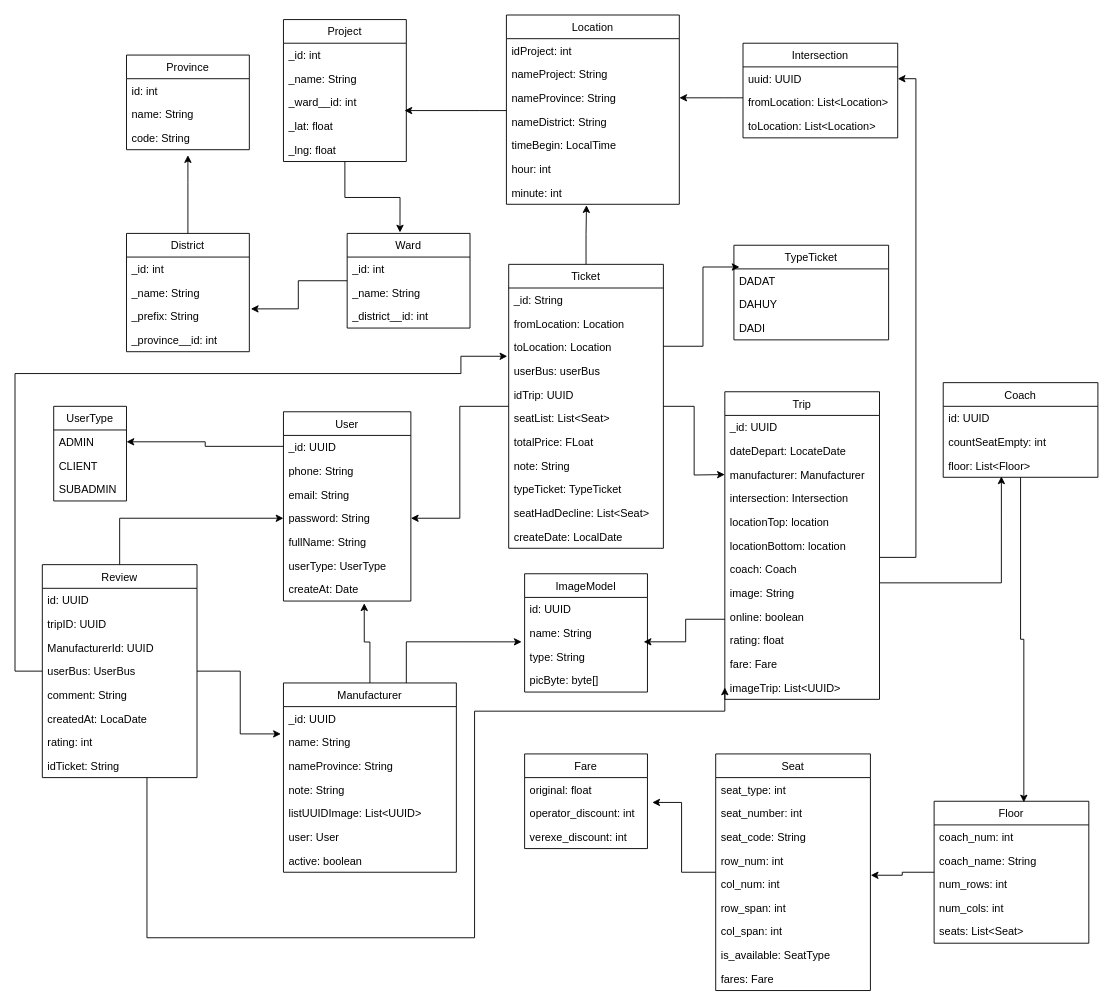
Earlier version of the draw.io diagram Untitled Diagram.drawio (quannguyen1999/manage-disks). Source tidied: cells renumbered, new cells numbered last; positions are measured from the earlier drawing's top-left corner, leaving out a move shared by most shapes. Both pictures are drawn from the tidied source at 91%, with x=0, y=0 at pixel (15, 15).
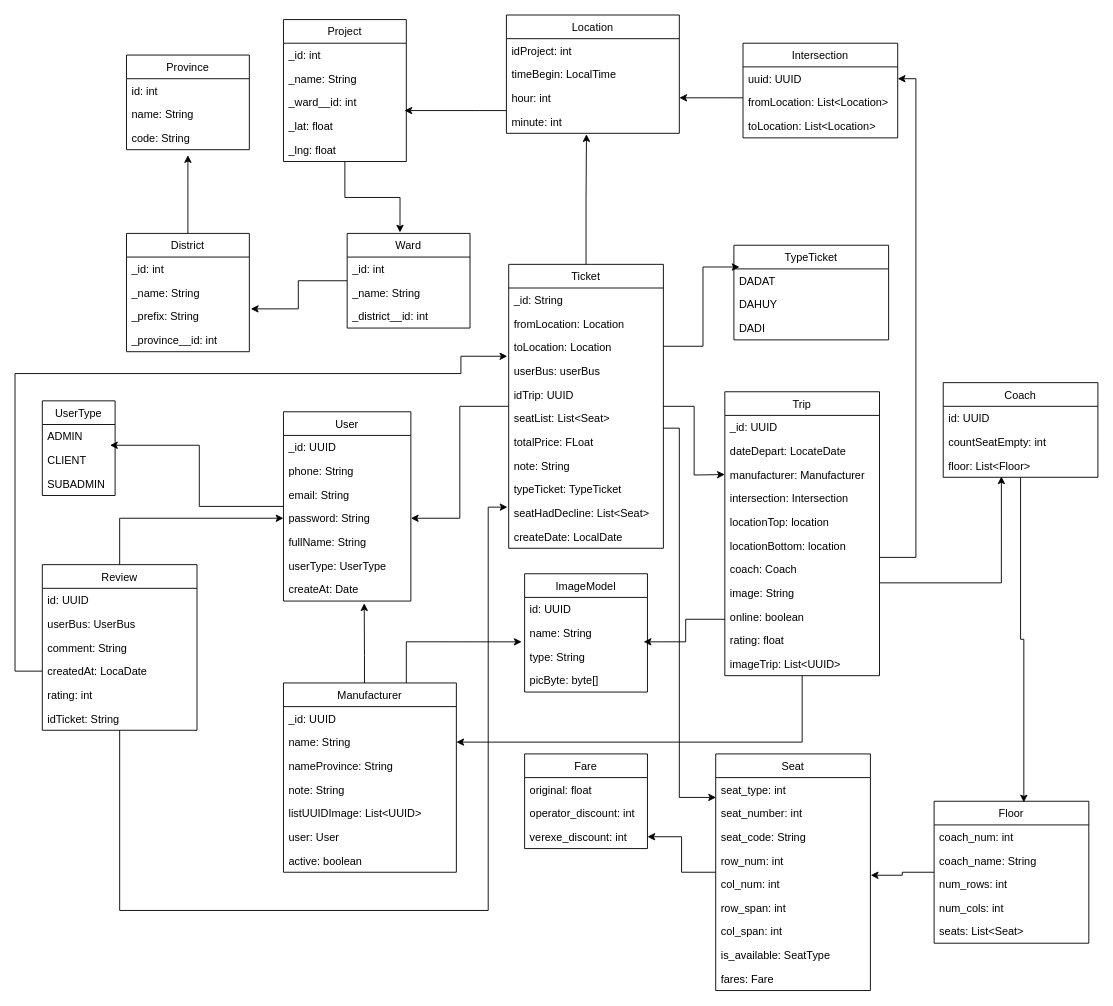
Above is the later version.

The change refers to these unchanged cells:
```xml
<mxCell id="3" value="ADMIN" style="text;strokeColor=none;fillColor=none;align=left;verticalAlign=top;spacingLeft=4;spacingRight=4;overflow=hidden;points=[[0,0.5],[1,0.5]];portConstraint=eastwest;" parent="2" vertex="1">
  <mxGeometry y="26" width="80" height="26" as="geometry" />
</mxCell>
<mxCell id="4" value="CLIENT" style="text;strokeColor=none;fillColor=none;align=left;verticalAlign=top;spacingLeft=4;spacingRight=4;overflow=hidden;points=[[0,0.5],[1,0.5]];portConstraint=eastwest;" parent="2" vertex="1">
  <mxGeometry y="52" width="80" height="26" as="geometry" />
</mxCell>
<mxCell id="7" value="User" style="swimlane;fontStyle=0;horizontal=1;startSize=26;fillColor=none;" parent="1" vertex="1">
  <mxGeometry x="295" y="436" width="140" height="208" as="geometry" />
</mxCell>
<mxCell id="14" value="createAt: Date" style="text;strokeColor=none;fillColor=none;align=left;verticalAlign=top;spacingLeft=4;spacingRight=4;overflow=hidden;points=[[0,0.5],[1,0.5]];portConstraint=eastwest;" parent="7" vertex="1">
  <mxGeometry y="182" width="140" height="26" as="geometry" />
</mxCell>
<mxCell id="44" value="Manufacturer" style="swimlane;fontStyle=0;horizontal=1;startSize=26;fillColor=none;" parent="1" vertex="1">
  <mxGeometry x="295" y="734" width="190" height="208" as="geometry" />
</mxCell>
<mxCell id="46" value="name: String" style="text;strokeColor=none;fillColor=none;align=left;verticalAlign=top;spacingLeft=4;spacingRight=4;overflow=hidden;points=[[0,0.5],[1,0.5]];portConstraint=eastwest;" parent="44" vertex="1">
  <mxGeometry y="52" width="190" height="26" as="geometry" />
</mxCell>
<mxCell id="62" value="Intersection" style="swimlane;fontStyle=0;horizontal=1;startSize=26;fillColor=none;" parent="1" vertex="1">
  <mxGeometry x="800" y="31" width="170" height="104" as="geometry" />
</mxCell>
<mxCell id="67" value="Seat" style="swimlane;fontStyle=0;horizontal=1;startSize=26;fillColor=none;" parent="1" vertex="1">
  <mxGeometry x="770" y="812" width="170" height="260" as="geometry" />
</mxCell>
<mxCell id="68" value="seat_type: int" style="text;strokeColor=none;fillColor=none;align=left;verticalAlign=top;spacingLeft=4;spacingRight=4;overflow=hidden;points=[[0,0.5],[1,0.5]];portConstraint=eastwest;" parent="67" vertex="1">
  <mxGeometry y="26" width="170" height="26" as="geometry" />
</mxCell>
<mxCell id="113" value="Ticket" style="swimlane;fontStyle=0;horizontal=1;startSize=26;fillColor=none;" parent="1" vertex="1">
  <mxGeometry x="542.5" y="274" width="170" height="312" as="geometry" />
</mxCell>
<mxCell id="123" value="seatHadDecline: List&lt;Seat&gt;" style="text;strokeColor=none;fillColor=none;align=left;verticalAlign=top;spacingLeft=4;spacingRight=4;overflow=hidden;points=[[0,0.5],[1,0.5]];portConstraint=eastwest;" parent="113" vertex="1">
  <mxGeometry y="260" width="170" height="26" as="geometry" />
</mxCell>
<mxCell id="140" value="operator_discount: int" style="text;strokeColor=none;fillColor=none;align=left;verticalAlign=top;spacingLeft=4;spacingRight=4;overflow=hidden;points=[[0,0.5],[1,0.5]];portConstraint=eastwest;" parent="138" vertex="1">
  <mxGeometry y="52" width="135" height="26" as="geometry" />
</mxCell>
<mxCell id="141" value="verexe_discount: int" style="text;strokeColor=none;fillColor=none;align=left;verticalAlign=top;spacingLeft=4;spacingRight=4;overflow=hidden;points=[[0,0.5],[1,0.5]];portConstraint=eastwest;" parent="138" vertex="1">
  <mxGeometry y="78" width="135" height="26" as="geometry" />
</mxCell>
```

Change to the diagram source:
```diff
@@
     <mxCell id="2" value="UserType" style="swimlane;fontStyle=0;horizontal=1;startSize=26;fillColor=none;" parent="1" vertex="1">
-      <mxGeometry x="42.5" y="430" width="80" height="104" as="geometry" />
+      <mxGeometry x="30" y="424" width="80" height="104" as="geometry" />
     </mxCell>
@@
-    <mxCell id="6" style="edgeStyle=orthogonalEdgeStyle;rounded=0;jettySize=auto;html=1;entryX=1;entryY=0.5;entryDx=0;entryDy=0;" parent="1" edge="1" source="7" target="3">
-      <mxGeometry relative="1" as="geometry">
-        <Array as="points">
-          <mxPoint x="209" y="474" />
-          <mxPoint x="209" y="469" />
-        </Array>
-      </mxGeometry>
-    </mxCell>
+    <mxCell id="142" style="edgeStyle=orthogonalEdgeStyle;rounded=0;jettySize=auto;html=1;entryX=0.93;entryY=-0.123;entryDx=0;entryDy=0;entryPerimeter=0;" parent="1" edge="1" source="7" target="4">
+      <mxGeometry relative="1" as="geometry" />
+    </mxCell>
@@
     <mxCell id="42" style="edgeStyle=orthogonalEdgeStyle;rounded=0;jettySize=auto;html=1;entryX=0.634;entryY=1.095;entryDx=0;entryDy=0;entryPerimeter=0;" parent="1" edge="1" source="44" target="14">
       <mxGeometry relative="1" as="geometry">
         <Array as="points">
-          <mxPoint x="390" y="689" />
-          <mxPoint x="384" y="689" />
+          <mxPoint x="384" y="704" />
+          <mxPoint x="384" y="704" />
         </Array>
       </mxGeometry>
     </mxCell>
@@
     <mxCell id="53" value="Location" style="swimlane;fontStyle=0;horizontal=1;startSize=26;fillColor=none;" parent="1" vertex="1">
-      <mxGeometry x="540" width="190" height="208" as="geometry" />
+      <mxGeometry x="540" width="190" height="130" as="geometry" />
     </mxCell>
-    <mxCell id="54" value="idProject: int" style="text;strokeColor=none;fillColor=none;align=left;verticalAlign=top;spacingLeft=4;spacingRight=4;overflow=hidden;" parent="53" vertex="1">
-      <mxGeometry y="26" width="190" height="26" as="geometry" />
-    </mxCell>
-    <mxCell id="55" value="nameProject: String" style="text;strokeColor=none;fillColor=none;align=left;verticalAlign=top;spacingLeft=4;spacingRight=4;overflow=hidden;" parent="53" vertex="1">
-      <mxGeometry y="52" width="190" height="26" as="geometry" />
+    <mxCell id="55" value="idProject: int" style="text;strokeColor=none;fillColor=none;align=left;verticalAlign=top;spacingLeft=4;spacingRight=4;overflow=hidden;" parent="53" vertex="1">
+      <mxGeometry y="26" width="190" height="26" as="geometry" />
     </mxCell>
-    <mxCell id="56" value="nameProvince: String" style="text;strokeColor=none;fillColor=none;align=left;verticalAlign=top;spacingLeft=4;spacingRight=4;overflow=hidden;points=[[0,0.5],[1,0.5]];portConstraint=eastwest;" parent="53" vertex="1">
-      <mxGeometry y="78" width="190" height="26" as="geometry" />
-    </mxCell>
-    <mxCell id="57" value="nameDistrict: String" style="text;strokeColor=none;fillColor=none;align=left;verticalAlign=top;spacingLeft=4;spacingRight=4;overflow=hidden;" parent="53" vertex="1">
-      <mxGeometry y="104" width="190" height="26" as="geometry" />
-    </mxCell>
     <mxCell id="58" value="timeBegin: LocalTime" style="text;strokeColor=none;fillColor=none;align=left;verticalAlign=top;spacingLeft=4;spacingRight=4;overflow=hidden;" parent="53" vertex="1">
-      <mxGeometry y="130" width="190" height="26" as="geometry" />
+      <mxGeometry y="52" width="190" height="26" as="geometry" />
     </mxCell>
     <mxCell id="59" value="hour: int" style="text;strokeColor=none;fillColor=none;align=left;verticalAlign=top;spacingLeft=4;spacingRight=4;overflow=hidden;" parent="53" vertex="1">
-      <mxGeometry y="156" width="190" height="26" as="geometry" />
+      <mxGeometry y="78" width="190" height="26" as="geometry" />
     </mxCell>
     <mxCell id="60" value="minute: int" style="text;strokeColor=none;fillColor=none;align=left;verticalAlign=top;spacingLeft=4;spacingRight=4;overflow=hidden;points=[[0,0.5],[1,0.5]];portConstraint=eastwest;" parent="53" vertex="1">
-      <mxGeometry y="182" width="190" height="26" as="geometry" />
+      <mxGeometry y="104" width="190" height="26" as="geometry" />
     </mxCell>
-    <mxCell id="61" style="edgeStyle=orthogonalEdgeStyle;rounded=0;jettySize=auto;html=1;entryX=1;entryY=0.5;entryDx=0;entryDy=0;" parent="1" edge="1" source="62" target="56">
+    <mxCell id="61" style="edgeStyle=orthogonalEdgeStyle;rounded=0;jettySize=auto;html=1;entryX=1;entryY=0.5;entryDx=0;entryDy=0;" parent="1" edge="1" source="62">
       <mxGeometry relative="1" as="geometry">
+        <mxPoint x="730" y="91" as="targetPoint" />
         <Array as="points">
           <mxPoint x="780" y="91" />
           <mxPoint x="780" y="91" />
         </Array>
       </mxGeometry>
     </mxCell>
@@
-    <mxCell id="66" style="edgeStyle=orthogonalEdgeStyle;rounded=0;jettySize=auto;html=1;entryX=1.039;entryY=0.05;entryDx=0;entryDy=0;entryPerimeter=0;" parent="1" edge="1" source="67" target="140">
+    <mxCell id="66" style="edgeStyle=orthogonalEdgeStyle;rounded=0;jettySize=auto;html=1;entryX=1;entryY=0.5;entryDx=0;entryDy=0;" parent="1" edge="1" source="67" target="141">
       <mxGeometry relative="1" as="geometry" />
     </mxCell>
@@
+    <mxCell id="143" style="edgeStyle=orthogonalEdgeStyle;rounded=0;jettySize=auto;html=1;entryX=1;entryY=0.5;entryDx=0;entryDy=0;" parent="1" edge="1" source="87" target="46">
+      <mxGeometry relative="1" as="geometry" />
+    </mxCell>
     <mxCell id="87" value="Trip" style="swimlane;fontStyle=0;horizontal=1;startSize=26;fillColor=none;" parent="1" vertex="1">
-      <mxGeometry x="780" y="414" width="170" height="338" as="geometry" />
+      <mxGeometry x="780" y="414" width="170" height="312" as="geometry" />
     </mxCell>
@@
-    <mxCell id="98" value="fare: Fare" style="text;strokeColor=none;fillColor=none;align=left;verticalAlign=top;spacingLeft=4;spacingRight=4;overflow=hidden;" parent="87" vertex="1">
-      <mxGeometry y="286" width="170" height="26" as="geometry" />
-    </mxCell>
     <mxCell id="99" value="imageTrip: List&lt;UUID&gt;" style="text;strokeColor=none;fillColor=none;align=left;verticalAlign=top;spacingLeft=4;spacingRight=4;overflow=hidden;points=[[0,0.5],[1,0.5]];portConstraint=eastwest;" parent="87" vertex="1">
-      <mxGeometry y="312" width="170" height="26" as="geometry" />
+      <mxGeometry y="286" width="170" height="26" as="geometry" />
     </mxCell>
@@
+    <mxCell id="144" style="edgeStyle=orthogonalEdgeStyle;rounded=0;jettySize=auto;html=1;entryX=0.002;entryY=0.838;entryDx=0;entryDy=0;entryPerimeter=0;" parent="1" edge="1" source="113" target="68">
+      <mxGeometry relative="1" as="geometry">
+        <Array as="points">
+          <mxPoint x="730" y="454" />
+          <mxPoint x="730" y="860" />
+        </Array>
+      </mxGeometry>
+    </mxCell>
@@
-    <mxCell id="126" style="edgeStyle=orthogonalEdgeStyle;rounded=0;jettySize=auto;html=1;entryX=-0.015;entryY=0.154;entryDx=0;entryDy=0;entryPerimeter=0;" parent="1" edge="1" source="129" target="46">
-      <mxGeometry relative="1" as="geometry" />
-    </mxCell>
-    <mxCell id="127" style="edgeStyle=orthogonalEdgeStyle;rounded=0;jettySize=auto;html=1;entryX=0;entryY=0.5;entryDx=0;entryDy=0;" parent="1" edge="1" source="129" target="99">
-      <mxGeometry relative="1" as="geometry">
-        <Array as="points">
-          <mxPoint x="145" y="1014" />
-          <mxPoint x="505" y="1014" />
-          <mxPoint x="505" y="765" />
-        </Array>
-      </mxGeometry>
-    </mxCell>
@@
+    <mxCell id="145" style="edgeStyle=orthogonalEdgeStyle;rounded=0;jettySize=auto;html=1;entryX=-0.008;entryY=0.262;entryDx=0;entryDy=0;entryPerimeter=0;" parent="1" edge="1" source="129" target="123">
+      <mxGeometry relative="1" as="geometry">
+        <Array as="points">
+          <mxPoint x="115" y="984" />
+          <mxPoint x="520" y="984" />
+          <mxPoint x="520" y="541" />
+        </Array>
+      </mxGeometry>
+    </mxCell>
     <mxCell id="129" value="Review" style="swimlane;fontStyle=0;horizontal=1;startSize=26;fillColor=none;" parent="1" vertex="1">
-      <mxGeometry x="30" y="604" width="170" height="234" as="geometry" />
+      <mxGeometry x="30" y="604" width="170" height="182" as="geometry" />
     </mxCell>
@@
-    <mxCell id="131" value="tripID: UUID" style="text;strokeColor=none;fillColor=none;align=left;verticalAlign=top;spacingLeft=4;spacingRight=4;overflow=hidden;" parent="129" vertex="1">
-      <mxGeometry y="52" width="170" height="26" as="geometry" />
-    </mxCell>
-    <mxCell id="132" value="ManufacturerId: UUID" style="text;strokeColor=none;fillColor=none;align=left;verticalAlign=top;spacingLeft=4;spacingRight=4;overflow=hidden;" parent="129" vertex="1">
-      <mxGeometry y="78" width="170" height="26" as="geometry" />
-    </mxCell>
     <mxCell id="133" value="userBus: UserBus" style="text;strokeColor=none;fillColor=none;align=left;verticalAlign=top;spacingLeft=4;spacingRight=4;overflow=hidden;" parent="129" vertex="1">
-      <mxGeometry y="104" width="170" height="26" as="geometry" />
+      <mxGeometry y="52" width="170" height="26" as="geometry" />
     </mxCell>
     <mxCell id="134" value="comment: String" style="text;strokeColor=none;fillColor=none;align=left;verticalAlign=top;spacingLeft=4;spacingRight=4;overflow=hidden;" parent="129" vertex="1">
-      <mxGeometry y="130" width="170" height="26" as="geometry" />
+      <mxGeometry y="78" width="170" height="26" as="geometry" />
     </mxCell>
     <mxCell id="135" value="createdAt: LocaDate" style="text;strokeColor=none;fillColor=none;align=left;verticalAlign=top;spacingLeft=4;spacingRight=4;overflow=hidden;" parent="129" vertex="1">
-      <mxGeometry y="156" width="170" height="26" as="geometry" />
+      <mxGeometry y="104" width="170" height="26" as="geometry" />
     </mxCell>
     <mxCell id="136" value="rating: int" style="text;strokeColor=none;fillColor=none;align=left;verticalAlign=top;spacingLeft=4;spacingRight=4;overflow=hidden;" parent="129" vertex="1">
-      <mxGeometry y="182" width="170" height="26" as="geometry" />
+      <mxGeometry y="130" width="170" height="26" as="geometry" />
     </mxCell>
     <mxCell id="137" value="idTicket: String" style="text;strokeColor=none;fillColor=none;align=left;verticalAlign=top;spacingLeft=4;spacingRight=4;overflow=hidden;" parent="129" vertex="1">
-      <mxGeometry y="208" width="170" height="26" as="geometry" />
+      <mxGeometry y="156" width="170" height="26" as="geometry" />
     </mxCell>
```
